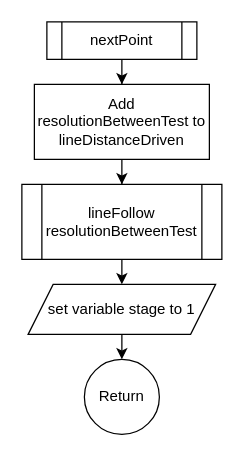
Above: Draw/nextPoint.drawio in jens1906/P1-project-1.-semester (draw.io), before the change. Source tidied: cells renumbered, new cells numbered last; positions are measured from the earlier drawing's top-left corner, leaving out a move shared by most shapes. Both pictures are drawn from the tidied source at 125%, with x=0, y=0 at pixel (21, 21).
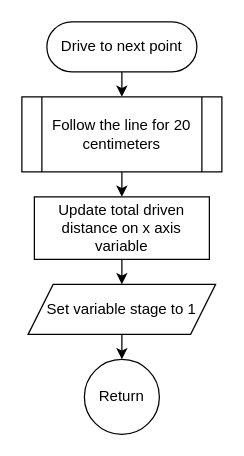
The same page after the edit.

Change to the diagram source:
```diff
@@
 <mxGraphModel>
   <root>
     <mxCell id="0" />
     <mxCell id="1" parent="0" />
-    <mxCell id="2" style="edgeStyle=orthogonalEdgeStyle;rounded=0;jettySize=auto;html=1;" parent="1" edge="1" source="3" target="5">
-      <mxGeometry relative="1" as="geometry" />
-    </mxCell>
-    <mxCell id="3" value="nextPoint" style="shape=process;whiteSpace=wrap;html=1;backgroundOutline=1;" parent="1" vertex="1">
-      <mxGeometry x="20" width="120" height="30" as="geometry" />
+    <mxCell id="3" value="Drive to next point" style="rounded=1;whiteSpace=wrap;html=1;arcSize=50;" parent="1" vertex="1">
+      <mxGeometry x="20" width="120" height="40" as="geometry" />
     </mxCell>
-    <mxCell id="4" style="edgeStyle=orthogonalEdgeStyle;rounded=0;jettySize=auto;html=1;entryX=0.5;entryY=0;entryDx=0;entryDy=0;" parent="1" edge="1" source="5" target="7">
+    <mxCell id="4" style="edgeStyle=orthogonalEdgeStyle;rounded=0;jettySize=auto;html=1;entryX=0.5;entryY=0;entryDx=0;entryDy=0;exitX=0.5;exitY=1;exitDx=0;exitDy=0;" parent="1" edge="1" source="3" target="7">
       <mxGeometry relative="1" as="geometry" />
     </mxCell>
-    <mxCell id="5" value="Add resolutionBetweenTest to lineDistanceDriven" style="whiteSpace=wrap;html=1;" parent="1" vertex="1">
-      <mxGeometry x="10" y="50" width="140" height="60" as="geometry" />
-    </mxCell>
-    <mxCell id="6" style="edgeStyle=orthogonalEdgeStyle;rounded=0;jettySize=auto;html=1;exitX=0.5;exitY=1;exitDx=0;exitDy=0;entryX=0.5;entryY=0;entryDx=0;entryDy=0;" parent="1" edge="1" source="7" target="10">
-      <mxGeometry relative="1" as="geometry" />
-    </mxCell>
+    <mxCell id="11" style="edgeStyle=orthogonalEdgeStyle;rounded=0;jettySize=auto;html=1;exitX=0.5;exitY=1;exitDx=0;exitDy=0;entryX=0.5;entryY=0;entryDx=0;entryDy=0;" parent="1" edge="1" source="7" target="13">
+      <mxGeometry relative="1" as="geometry" />
+    </mxCell>
-    <mxCell id="7" value="lineFollow&lt;br&gt;resolutionBetweenTest" style="shape=process;whiteSpace=wrap;html=1;backgroundOutline=1;" parent="1" vertex="1">
-      <mxGeometry y="130" width="160" height="60" as="geometry" />
+    <mxCell id="7" value="Follow the line for 20 centimeters" style="shape=process;whiteSpace=wrap;html=1;backgroundOutline=1;" parent="1" vertex="1">
+      <mxGeometry y="60" width="160" height="60" as="geometry" />
     </mxCell>
     <mxCell id="8" value="Return" style="ellipse;whiteSpace=wrap;html=1;" parent="1" vertex="1">
       <mxGeometry x="50" y="270" width="60" height="60" as="geometry" />
     </mxCell>
     <mxCell id="9" style="edgeStyle=orthogonalEdgeStyle;rounded=0;jettySize=auto;html=1;exitX=0.5;exitY=1;exitDx=0;exitDy=0;entryX=0.5;entryY=0;entryDx=0;entryDy=0;" parent="1" edge="1" source="10" target="8">
       <mxGeometry relative="1" as="geometry" />
     </mxCell>
-    <mxCell id="10" value="set variable stage to 1" style="shape=parallelogram;perimeter=parallelogramPerimeter;whiteSpace=wrap;html=1;fixedSize=1;" parent="1" vertex="1">
+    <mxCell id="10" value="Set variable stage to 1" style="shape=parallelogram;perimeter=parallelogramPerimeter;whiteSpace=wrap;html=1;fixedSize=1;" parent="1" vertex="1">
       <mxGeometry x="5" y="210" width="150" height="40" as="geometry" />
     </mxCell>
+    <mxCell id="12" style="edgeStyle=orthogonalEdgeStyle;rounded=0;jettySize=auto;html=1;exitX=0.5;exitY=1;exitDx=0;exitDy=0;entryX=0.5;entryY=0;entryDx=0;entryDy=0;" parent="1" edge="1" source="13" target="10">
+      <mxGeometry relative="1" as="geometry" />
+    </mxCell>
+    <mxCell id="13" value="Update total driven distance on x axis variable" style="whiteSpace=wrap;html=1;" parent="1" vertex="1">
+      <mxGeometry x="10" y="140" width="140" height="50" as="geometry" />
+    </mxCell>
   </root>
 </mxGraphModel>
```
